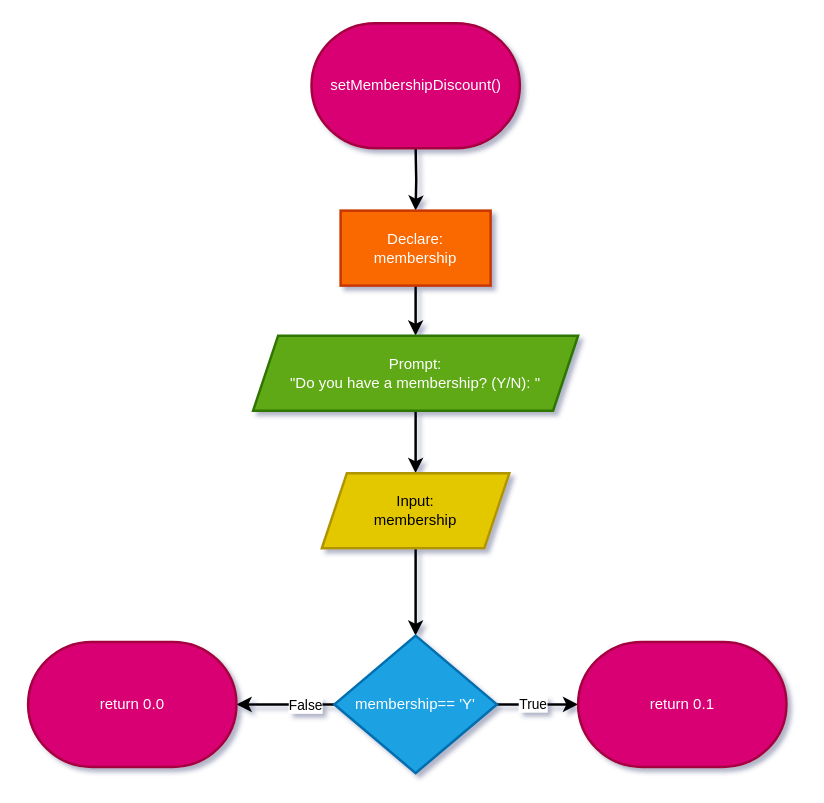
Above: Flowcharts (draw.io)/21. setMembershipDiscount.drawio in shahxvi/csc126-group-project (draw.io), before the change. Source tidied: cells renumbered, new cells numbered last; positions are measured from the earlier drawing's top-left corner, leaving out a move shared by most shapes. Both pictures are drawn from the tidied source at 125%, with x=0, y=0 at pixel (28, 22).
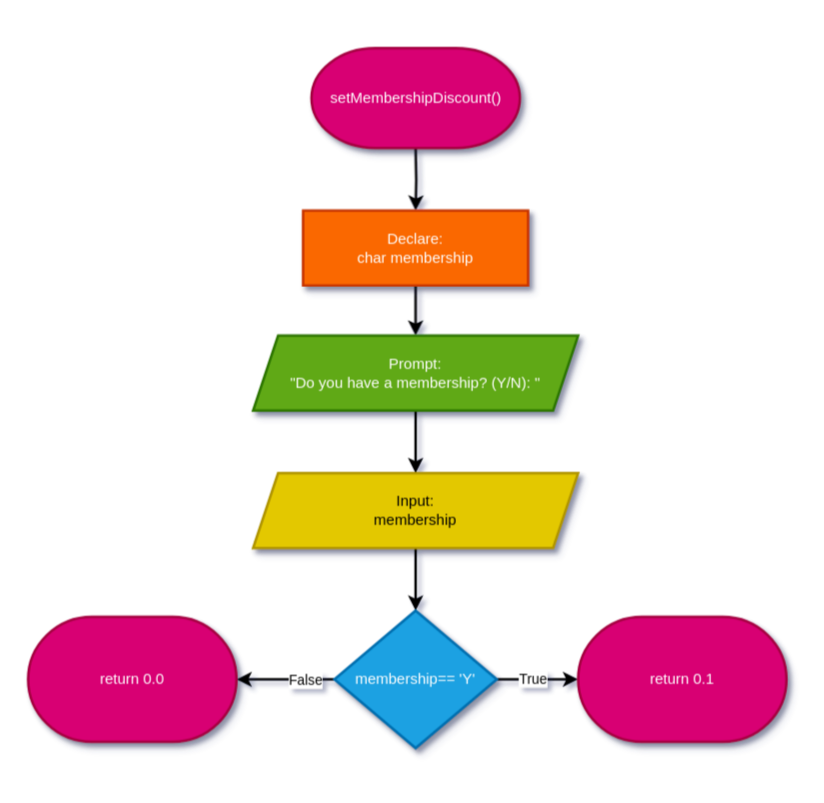
Above is the later version.

Commit message (it also covers changes not shown here):
updated setMembershipDiscount flowchart

What changed in the source:
```diff
@@
 <mxGraphModel shadow="1">
   <root>
     <mxCell id="0" />
     <mxCell id="1" parent="0" />
     <mxCell id="2" style="edgeStyle=orthogonalEdgeStyle;rounded=0;jettySize=auto;html=1;textShadow=0;strokeWidth=2;" parent="1" edge="1" target="4">
       <mxGeometry relative="1" as="geometry">
         <mxPoint x="310" y="100" as="sourcePoint" />
       </mxGeometry>
     </mxCell>
     <mxCell id="3" style="edgeStyle=orthogonalEdgeStyle;rounded=0;jettySize=auto;html=1;textShadow=0;strokeWidth=2;" parent="1" edge="1" source="4" target="6">
       <mxGeometry relative="1" as="geometry" />
     </mxCell>
-    <mxCell id="4" value="Declare:&lt;div&gt;membership&lt;/div&gt;" style="whiteSpace=wrap;html=1;strokeWidth=2;fillColor=#fa6800;fontColor=#FFFFFF;strokeColor=#C73500;textShadow=0;" parent="1" vertex="1">
-      <mxGeometry x="250" y="150" width="120" height="60" as="geometry" />
+    <mxCell id="4" value="Declare:&lt;div&gt;char membership&lt;/div&gt;" style="whiteSpace=wrap;html=1;strokeWidth=2;fillColor=#fa6800;fontColor=#FFFFFF;strokeColor=#C73500;textShadow=0;shadow=1;" parent="1" vertex="1">
+      <mxGeometry x="220" y="150" width="180" height="60" as="geometry" />
     </mxCell>
     <mxCell id="5" style="edgeStyle=orthogonalEdgeStyle;rounded=0;jettySize=auto;html=1;textShadow=0;strokeWidth=2;" parent="1" edge="1" source="6" target="8">
       <mxGeometry relative="1" as="geometry" />
     </mxCell>
-    <mxCell id="6" value="Prompt:&lt;div&gt;&quot;Do you have a membership? (Y/N): &quot;&lt;/div&gt;" style="shape=parallelogram;perimeter=parallelogramPerimeter;whiteSpace=wrap;html=1;fixedSize=1;fillColor=#60a917;strokeColor=#2D7600;fontColor=#ffffff;strokeWidth=2;textShadow=0;" parent="1" vertex="1">
+    <mxCell id="6" value="Prompt:&lt;div&gt;&quot;Do you have a membership? (Y/N): &quot;&lt;/div&gt;" style="shape=parallelogram;perimeter=parallelogramPerimeter;whiteSpace=wrap;html=1;fixedSize=1;fillColor=#60a917;strokeColor=#2D7600;fontColor=#ffffff;strokeWidth=2;textShadow=0;shadow=1;" parent="1" vertex="1">
       <mxGeometry x="180" y="250" width="260" height="60" as="geometry" />
     </mxCell>
     <mxCell id="7" style="edgeStyle=orthogonalEdgeStyle;rounded=0;jettySize=auto;html=1;textShadow=0;strokeWidth=2;" parent="1" edge="1" source="8" target="13">
       <mxGeometry relative="1" as="geometry" />
     </mxCell>
-    <mxCell id="8" value="Input:&lt;div&gt;membership&lt;/div&gt;" style="shape=parallelogram;perimeter=parallelogramPerimeter;whiteSpace=wrap;html=1;fixedSize=1;fillColor=#E3C800;strokeColor=#B09500;fontColor=default;strokeWidth=2;align=center;verticalAlign=middle;fontFamily=Helvetica;fontSize=12;textShadow=0;" parent="1" vertex="1">
-      <mxGeometry x="235" y="360" width="150" height="60" as="geometry" />
+    <mxCell id="8" value="Input:&lt;div&gt;membership&lt;/div&gt;" style="shape=parallelogram;perimeter=parallelogramPerimeter;whiteSpace=wrap;html=1;fixedSize=1;fillColor=#E3C800;strokeColor=#B09500;fontColor=default;strokeWidth=2;align=center;verticalAlign=middle;fontFamily=Helvetica;fontSize=12;textShadow=0;shadow=1;" parent="1" vertex="1">
+      <mxGeometry x="180" y="360" width="260" height="60" as="geometry" />
     </mxCell>
     <mxCell id="9" style="edgeStyle=orthogonalEdgeStyle;rounded=0;jettySize=auto;html=1;textShadow=0;strokeWidth=2;" parent="1" edge="1" source="13">
       <mxGeometry relative="1" as="geometry">
-        <mxPoint x="440" y="545" as="targetPoint" />
+        <mxPoint x="440" y="525" as="targetPoint" />
       </mxGeometry>
     </mxCell>
     <mxCell id="10" value="True" style="edgeLabel;html=1;align=center;verticalAlign=middle;textShadow=0;" parent="9" vertex="1">
       <mxGeometry x="-0.14" y="-1" relative="1" as="geometry">
         <mxPoint y="-2" as="offset" />
       </mxGeometry>
     </mxCell>
     <mxCell id="11" style="edgeStyle=orthogonalEdgeStyle;rounded=0;jettySize=auto;html=1;textShadow=0;entryX=1;entryY=0.5;entryDx=0;entryDy=0;entryPerimeter=0;strokeWidth=2;" parent="1" edge="1" source="13" target="16">
       <mxGeometry relative="1" as="geometry" />
     </mxCell>
     <mxCell id="12" value="False" style="edgeLabel;html=1;align=center;verticalAlign=middle;textShadow=0;" parent="11" vertex="1">
       <mxGeometry x="0.11" relative="1" as="geometry">
         <mxPoint x="19" as="offset" />
       </mxGeometry>
     </mxCell>
-    <mxCell id="13" value="membership== 'Y'" style="rhombus;whiteSpace=wrap;html=1;fillColor=#1ba1e2;strokeColor=#006EAF;strokeWidth=2;fontColor=#ffffff;textShadow=0;" parent="1" vertex="1">
-      <mxGeometry x="245" y="490" width="130" height="110" as="geometry" />
+    <mxCell id="13" value="membership== 'Y'" style="rhombus;whiteSpace=wrap;html=1;fillColor=#1ba1e2;strokeColor=#006EAF;strokeWidth=2;fontColor=#ffffff;textShadow=0;shadow=1;" parent="1" vertex="1">
+      <mxGeometry x="245" y="470" width="130" height="110" as="geometry" />
     </mxCell>
-    <mxCell id="14" value="&lt;span style=&quot;color: rgb(255, 255, 255);&quot;&gt;setMembershipDiscount()&lt;/span&gt;" style="strokeWidth=2;html=1;shape=mxgraph.flowchart.terminator;whiteSpace=wrap;fillColor=#d80073;fontColor=#ffffff;strokeColor=#A50040;" parent="1" vertex="1">
-      <mxGeometry x="226.7" width="166.7" height="100" as="geometry" />
+    <mxCell id="14" value="&lt;span style=&quot;color: rgb(255, 255, 255);&quot;&gt;setMembershipDiscount()&lt;/span&gt;" style="strokeWidth=2;html=1;shape=mxgraph.flowchart.terminator;whiteSpace=wrap;fillColor=#d80073;fontColor=#ffffff;strokeColor=#A50040;shadow=1;" parent="1" vertex="1">
+      <mxGeometry x="226.7" y="20" width="166.7" height="80" as="geometry" />
     </mxCell>
-    <mxCell id="15" value="&lt;span style=&quot;color: rgb(255, 255, 255);&quot;&gt;return 0.1&lt;/span&gt;" style="strokeWidth=2;html=1;shape=mxgraph.flowchart.terminator;whiteSpace=wrap;fillColor=#d80073;fontColor=#ffffff;strokeColor=#A50040;" parent="1" vertex="1">
-      <mxGeometry x="440" y="495" width="166.7" height="100" as="geometry" />
+    <mxCell id="15" value="&lt;span style=&quot;color: rgb(255, 255, 255);&quot;&gt;return 0.1&lt;/span&gt;" style="strokeWidth=2;html=1;shape=mxgraph.flowchart.terminator;whiteSpace=wrap;fillColor=#d80073;fontColor=#ffffff;strokeColor=#A50040;shadow=1;" parent="1" vertex="1">
+      <mxGeometry x="440" y="475" width="166.7" height="100" as="geometry" />
     </mxCell>
-    <mxCell id="16" value="&lt;span style=&quot;color: rgb(255, 255, 255);&quot;&gt;return 0.0&lt;/span&gt;" style="strokeWidth=2;html=1;shape=mxgraph.flowchart.terminator;whiteSpace=wrap;fillColor=#d80073;fontColor=#ffffff;strokeColor=#A50040;" parent="1" vertex="1">
-      <mxGeometry y="495" width="166.7" height="100" as="geometry" />
+    <mxCell id="16" value="&lt;span style=&quot;color: rgb(255, 255, 255);&quot;&gt;return 0.0&lt;/span&gt;" style="strokeWidth=2;html=1;shape=mxgraph.flowchart.terminator;whiteSpace=wrap;fillColor=#d80073;fontColor=#ffffff;strokeColor=#A50040;shadow=1;" parent="1" vertex="1">
+      <mxGeometry y="475" width="166.7" height="100" as="geometry" />
     </mxCell>
   </root>
 </mxGraphModel>
```
